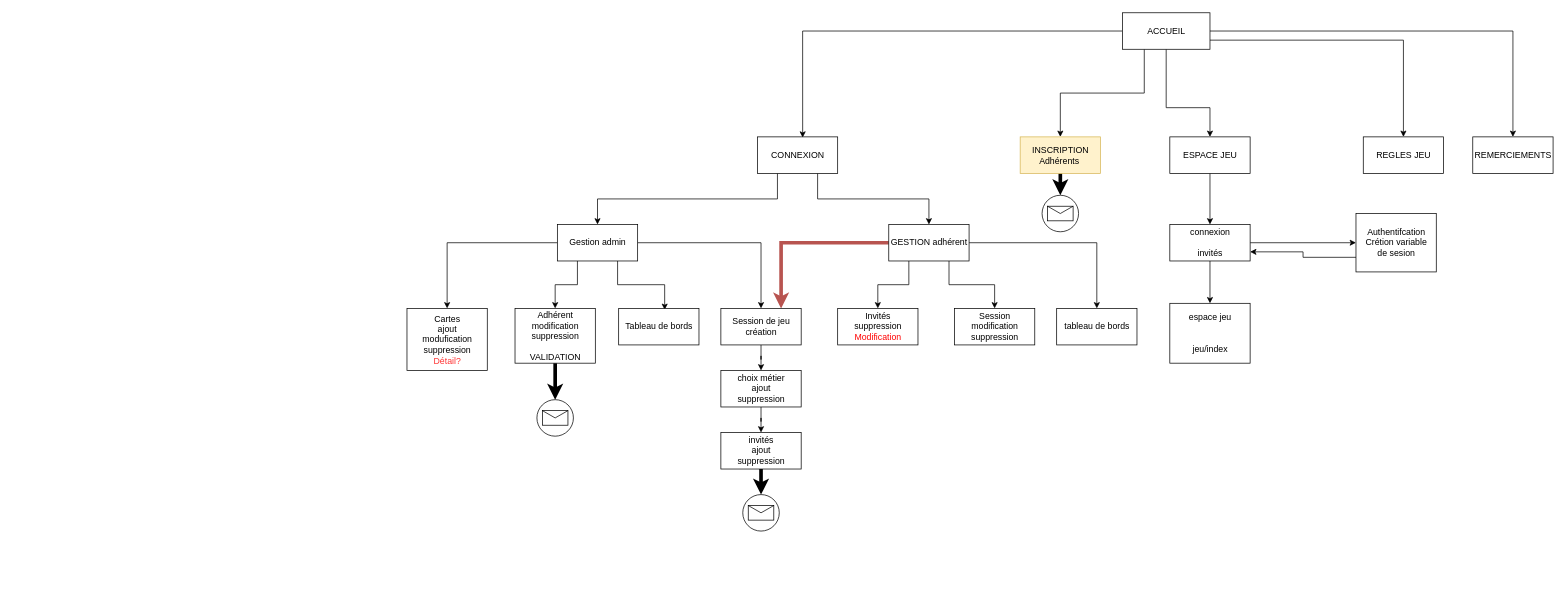
Earlier version of the draw.io diagram Untitled Diagram.drawio (Hchampagne/web). Source tidied: cells renumbered, new cells numbered last; positions are measured from the earlier drawing's top-left corner, leaving out a move shared by most shapes. Both pictures are drawn from the tidied source at 73%, with x=0, y=0 at pixel (407, 12).
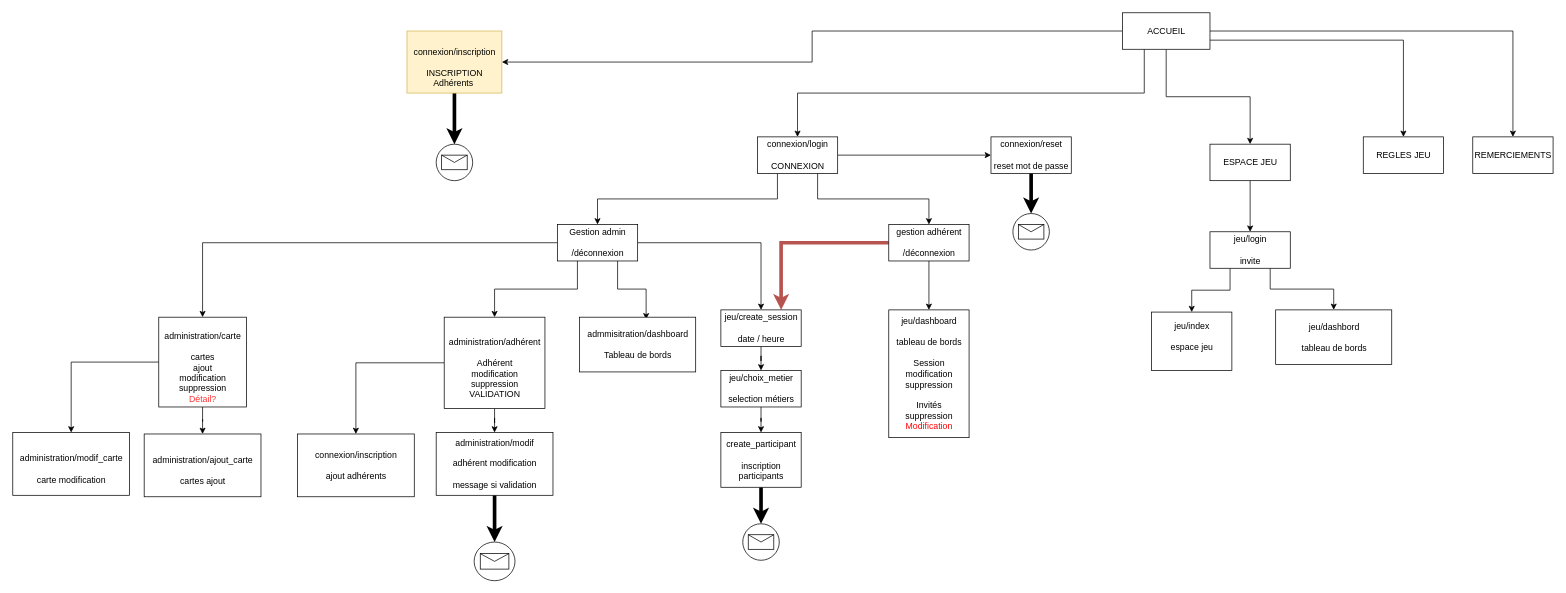
The same page after the edit.

Commit message (it also covers changes not shown here):
map site et qques modif

Unchanged cells that the change refers to:
```xml
<mxCell id="7" value="ACCUEIL" style="html=1;" parent="1" vertex="1">
  <mxGeometry x="980" width="120" height="50" as="geometry" />
</mxCell>
<mxCell id="15" value="REGLES JEU" style="html=1;" parent="1" vertex="1">
  <mxGeometry x="1310" y="170" width="110" height="50" as="geometry" />
</mxCell>
<mxCell id="16" value="REMERCIEMENTS" style="html=1;" parent="1" vertex="1">
  <mxGeometry x="1460" y="170" width="110" height="50" as="geometry" />
</mxCell>
```

The edit, as a diff of the source:
```diff
@@
+    <mxCell id="3" style="edgeStyle=orthogonalEdgeStyle;rounded=0;jettySize=auto;html=1;exitX=1;exitY=0.5;exitDx=0;exitDy=0;" parent="1" edge="1" source="7" target="16">
+      <mxGeometry relative="1" as="geometry" />
+    </mxCell>
+    <mxCell id="6" style="edgeStyle=orthogonalEdgeStyle;rounded=0;jettySize=auto;html=1;exitX=1;exitY=0.75;exitDx=0;exitDy=0;entryX=0.5;entryY=0;entryDx=0;entryDy=0;strokeWidth=1;" parent="1" edge="1" source="7" target="15">
+      <mxGeometry relative="1" as="geometry" />
+    </mxCell>
-    <mxCell id="2" style="edgeStyle=orthogonalEdgeStyle;rounded=0;jettySize=auto;html=1;exitX=0;exitY=0.5;exitDx=0;exitDy=0;entryX=0.564;entryY=0.02;entryDx=0;entryDy=0;entryPerimeter=0;" parent="1" edge="1" source="7" target="10">
+    <mxCell id="2" style="edgeStyle=orthogonalEdgeStyle;rounded=0;jettySize=auto;html=1;exitX=0.25;exitY=1;exitDx=0;exitDy=0;" parent="1" edge="1" source="7" target="10">
       <mxGeometry relative="1" as="geometry" />
     </mxCell>
-    <mxCell id="3" style="edgeStyle=orthogonalEdgeStyle;rounded=0;jettySize=auto;html=1;exitX=1;exitY=0.5;exitDx=0;exitDy=0;" parent="1" edge="1" source="7" target="16">
-      <mxGeometry relative="1" as="geometry" />
-    </mxCell>
-    <mxCell id="4" style="edgeStyle=orthogonalEdgeStyle;rounded=0;jettySize=auto;html=1;exitX=0.25;exitY=1;exitDx=0;exitDy=0;entryX=0.5;entryY=0;entryDx=0;entryDy=0;" parent="1" edge="1" source="7" target="12">
+    <mxCell id="4" style="edgeStyle=orthogonalEdgeStyle;rounded=0;jettySize=auto;html=1;exitX=0;exitY=0.5;exitDx=0;exitDy=0;" parent="1" edge="1" source="7" target="12">
       <mxGeometry relative="1" as="geometry" />
     </mxCell>
     <mxCell id="5" style="edgeStyle=orthogonalEdgeStyle;rounded=0;jettySize=auto;html=1;exitX=0.5;exitY=1;exitDx=0;exitDy=0;entryX=0.5;entryY=0;entryDx=0;entryDy=0;" parent="1" edge="1" source="7" target="14">
-      <mxGeometry relative="1" as="geometry">
-        <Array as="points">
-          <mxPoint x="1040" y="130" />
-          <mxPoint x="1100" y="130" />
-        </Array>
-      </mxGeometry>
+      <mxGeometry relative="1" as="geometry" />
     </mxCell>
-    <mxCell id="6" style="edgeStyle=orthogonalEdgeStyle;rounded=0;jettySize=auto;html=1;exitX=1;exitY=0.75;exitDx=0;exitDy=0;entryX=0.5;entryY=0;entryDx=0;entryDy=0;strokeWidth=1;" parent="1" edge="1" source="7" target="15">
-      <mxGeometry relative="1" as="geometry" />
-    </mxCell>
@@
+    <mxCell id="49" style="edgeStyle=orthogonalEdgeStyle;rounded=0;jettySize=auto;html=1;strokeWidth=1;" parent="1" edge="1" source="10" target="51">
+      <mxGeometry relative="1" as="geometry" />
+    </mxCell>
-    <mxCell id="10" value="CONNEXION" style="html=1;" parent="1" vertex="1">
+    <mxCell id="10" value="connexion/login&lt;br&gt;&lt;br&gt;CONNEXION" style="html=1;" parent="1" vertex="1">
       <mxGeometry x="480" y="170" width="110" height="50" as="geometry" />
     </mxCell>
+    <mxCell id="50" style="edgeStyle=orthogonalEdgeStyle;rounded=0;jettySize=auto;html=1;strokeWidth=5;" parent="1" edge="1" source="51" target="63">
+      <mxGeometry relative="1" as="geometry" />
+    </mxCell>
+    <mxCell id="51" value="connexion/reset&lt;br&gt;&lt;br&gt;reset mot de passe" style="html=1;" parent="1" vertex="1">
+      <mxGeometry x="800" y="170" width="110" height="50" as="geometry" />
+    </mxCell>
@@
-    <mxCell id="12" value="INSCRIPTION&lt;br&gt;Adhérents&amp;nbsp;" style="html=1;fillColor=#fff2cc;strokeColor=#d6b656;" parent="1" vertex="1">
-      <mxGeometry x="840" y="170" width="110" height="50" as="geometry" />
+    <mxCell id="12" value="&lt;br&gt;connexion/inscription&lt;br&gt;&lt;br&gt;INSCRIPTION&lt;br&gt;Adhérents&amp;nbsp;" style="html=1;fillColor=#fff2cc;strokeColor=#d6b656;" parent="1" vertex="1">
+      <mxGeometry y="25" width="130" height="85" as="geometry" />
     </mxCell>
@@
     <mxCell id="14" value="ESPACE JEU" style="html=1;" parent="1" vertex="1">
-      <mxGeometry x="1045" y="170" width="110" height="50" as="geometry" />
+      <mxGeometry x="1100" y="180" width="110" height="50" as="geometry" />
     </mxCell>
@@
-    <mxCell id="17" style="edgeStyle=orthogonalEdgeStyle;rounded=0;jettySize=auto;html=1;" parent="1" edge="1" source="19" target="21">
-      <mxGeometry relative="1" as="geometry" />
-    </mxCell>
-    <mxCell id="18" style="edgeStyle=orthogonalEdgeStyle;rounded=0;jettySize=auto;html=1;strokeWidth=1;" parent="1" edge="1" source="19" target="47">
+    <mxCell id="18" style="edgeStyle=orthogonalEdgeStyle;rounded=0;jettySize=auto;html=1;exitX=0.25;exitY=1;exitDx=0;exitDy=0;entryX=0.5;entryY=0;entryDx=0;entryDy=0;strokeWidth=1;" parent="1" edge="1" source="19" target="47">
       <mxGeometry relative="1" as="geometry" />
     </mxCell>
+    <mxCell id="52" style="edgeStyle=orthogonalEdgeStyle;rounded=0;jettySize=auto;html=1;exitX=0.75;exitY=1;exitDx=0;exitDy=0;entryX=0.5;entryY=0;entryDx=0;entryDy=0;strokeWidth=1;" parent="1" edge="1" source="19" target="62">
+      <mxGeometry relative="1" as="geometry" />
+    </mxCell>
-    <mxCell id="19" value="connexion&lt;br&gt;&lt;br&gt;invités" style="html=1;" parent="1" vertex="1">
-      <mxGeometry x="1045" y="290" width="110" height="50" as="geometry" />
+    <mxCell id="19" value="jeu/login&lt;br&gt;&lt;br&gt;invite" style="html=1;" parent="1" vertex="1">
+      <mxGeometry x="1100" y="300" width="110" height="50" as="geometry" />
     </mxCell>
-    <mxCell id="20" style="edgeStyle=orthogonalEdgeStyle;rounded=0;jettySize=auto;html=1;exitX=0;exitY=0.75;exitDx=0;exitDy=0;entryX=1;entryY=0.75;entryDx=0;entryDy=0;" parent="1" edge="1" source="21" target="19">
-      <mxGeometry relative="1" as="geometry" />
-    </mxCell>
-    <mxCell id="21" value="Authentifcation&lt;br&gt;Crétion variable &lt;br&gt;de sesion" style="html=1;" parent="1" vertex="1">
-      <mxGeometry x="1300" y="275" width="110" height="80" as="geometry" />
-    </mxCell>
@@
-    <mxCell id="26" value="Gestion admin" style="html=1;" parent="1" vertex="1">
+    <mxCell id="26" value="Gestion admin&lt;br&gt;&lt;br&gt;/déconnexion" style="html=1;" parent="1" vertex="1">
       <mxGeometry x="206" y="290" width="110" height="50" as="geometry" />
     </mxCell>
-    <mxCell id="27" style="edgeStyle=orthogonalEdgeStyle;rounded=0;jettySize=auto;html=1;exitX=0.25;exitY=1;exitDx=0;exitDy=0;entryX=0.5;entryY=0;entryDx=0;entryDy=0;" parent="1" edge="1" source="31" target="34">
-      <mxGeometry relative="1" as="geometry" />
-    </mxCell>
-    <mxCell id="28" style="edgeStyle=orthogonalEdgeStyle;rounded=0;jettySize=auto;html=1;exitX=0.75;exitY=1;exitDx=0;exitDy=0;entryX=0.5;entryY=0;entryDx=0;entryDy=0;" parent="1" edge="1" source="31" target="39">
-      <mxGeometry relative="1" as="geometry" />
-    </mxCell>
@@
-    <mxCell id="30" style="edgeStyle=orthogonalEdgeStyle;rounded=0;jettySize=auto;html=1;exitX=1;exitY=0.5;exitDx=0;exitDy=0;entryX=0.5;entryY=0;entryDx=0;entryDy=0;strokeWidth=1;" parent="1" edge="1" source="31" target="48">
+    <mxCell id="30" style="edgeStyle=orthogonalEdgeStyle;rounded=0;jettySize=auto;html=1;" parent="1" edge="1" source="31" target="48">
       <mxGeometry relative="1" as="geometry" />
     </mxCell>
-    <mxCell id="31" value="GESTION adhérent" style="html=1;" parent="1" vertex="1">
+    <mxCell id="31" value="gestion adhérent&lt;br&gt;&lt;br&gt;/déconnexion" style="html=1;" parent="1" vertex="1">
       <mxGeometry x="660" y="290" width="110" height="50" as="geometry" />
     </mxCell>
-    <mxCell id="32" style="edgeStyle=orthogonalEdgeStyle;rounded=0;jettySize=auto;html=1;strokeWidth=5;" parent="1" edge="1" source="33" target="46">
-      <mxGeometry relative="1" as="geometry" />
-    </mxCell>
+    <mxCell id="53" style="edgeStyle=orthogonalEdgeStyle;rounded=0;jettySize=auto;html=1;entryX=0.5;entryY=0;entryDx=0;entryDy=0;" parent="1" edge="1" source="33" target="59">
+      <mxGeometry relative="1" as="geometry" />
+    </mxCell>
+    <mxCell id="54" style="edgeStyle=orthogonalEdgeStyle;rounded=0;jettySize=auto;html=1;" parent="1" edge="1" source="33" target="61">
+      <mxGeometry relative="1" as="geometry" />
+    </mxCell>
-    <mxCell id="33" value="Adhérent&lt;br&gt;modification&lt;br&gt;suppression&lt;br&gt;&lt;br&gt;VALIDATION" style="html=1;" parent="1" vertex="1">
-      <mxGeometry x="148" y="405" width="110" height="75" as="geometry" />
+    <mxCell id="33" value="&lt;br&gt;administration/adhérent&lt;br&gt;&lt;br&gt;Adhérent&lt;br&gt;modification&lt;br&gt;suppression&lt;br&gt;VALIDATION" style="html=1;" parent="1" vertex="1">
+      <mxGeometry x="51" y="417" width="138" height="125" as="geometry" />
     </mxCell>
-    <mxCell id="34" value="Invités&lt;br&gt;suppression&lt;br&gt;&lt;font color=&quot;#ff0000&quot;&gt;Modification&lt;/font&gt;" style="html=1;" parent="1" vertex="1">
-      <mxGeometry x="590" y="405" width="110" height="50" as="geometry" />
-    </mxCell>
+    <mxCell id="55" style="edgeStyle=orthogonalEdgeStyle;rounded=0;jettySize=auto;html=1;" parent="1" edge="1" source="35" target="57">
+      <mxGeometry relative="1" as="geometry" />
+    </mxCell>
+    <mxCell id="56" style="edgeStyle=orthogonalEdgeStyle;rounded=0;jettySize=auto;html=1;exitX=0;exitY=0.5;exitDx=0;exitDy=0;entryX=0.5;entryY=0;entryDx=0;entryDy=0;" parent="1" edge="1" source="35" target="58">
+      <mxGeometry relative="1" as="geometry" />
+    </mxCell>
-    <mxCell id="35" value="Cartes&lt;br&gt;ajout&lt;br&gt;modufication&lt;br&gt;suppression&lt;br&gt;&lt;font color=&quot;#ff3333&quot;&gt;Détail?&lt;/font&gt;" style="html=1;" parent="1" vertex="1">
-      <mxGeometry y="405" width="110" height="85" as="geometry" />
+    <mxCell id="35" value="&lt;br&gt;administration/carte&lt;br&gt;&lt;br&gt;cartes&lt;br&gt;ajout&lt;br&gt;modification&lt;br&gt;suppression&lt;br&gt;&lt;font color=&quot;#ff3333&quot;&gt;Détail?&lt;/font&gt;" style="html=1;" parent="1" vertex="1">
+      <mxGeometry x="-340" y="417" width="120" height="123" as="geometry" />
     </mxCell>
-    <mxCell id="36" value="Tableau de bords" style="html=1;" parent="1" vertex="1">
-      <mxGeometry x="290" y="405" width="110" height="50" as="geometry" />
+    <mxCell id="36" value="admmisitration/dashboard&lt;br&gt;&lt;br&gt;Tableau de bords" style="html=1;" parent="1" vertex="1">
+      <mxGeometry x="236.5" y="417" width="159" height="75" as="geometry" />
     </mxCell>
@@
-    <mxCell id="38" value="Session de jeu&lt;br&gt;création" style="html=1;" parent="1" vertex="1">
-      <mxGeometry x="430" y="405" width="110" height="50" as="geometry" />
+    <mxCell id="38" value="jeu/create_session&lt;br&gt;&lt;br&gt;date / heure" style="html=1;" parent="1" vertex="1">
+      <mxGeometry x="430" y="407" width="110" height="50" as="geometry" />
     </mxCell>
-    <mxCell id="39" value="Session&lt;br&gt;modification&lt;br&gt;suppression" style="html=1;" parent="1" vertex="1">
-      <mxGeometry x="750" y="405" width="110" height="50" as="geometry" />
-    </mxCell>
@@
-    <mxCell id="41" value="choix métier&lt;br&gt;ajout&lt;br&gt;suppression" style="html=1;" parent="1" vertex="1">
+    <mxCell id="41" value="jeu/choix_metier&lt;br&gt;&lt;br&gt;selection métiers" style="html=1;" parent="1" vertex="1">
       <mxGeometry x="430" y="490" width="110" height="50" as="geometry" />
     </mxCell>
@@
-    <mxCell id="43" value="invités&lt;br&gt;ajout&lt;br&gt;suppression" style="html=1;" parent="1" vertex="1">
-      <mxGeometry x="430" y="575" width="110" height="50" as="geometry" />
+    <mxCell id="43" value="create_participant&lt;br&gt;&lt;br&gt;inscription&lt;br&gt;participants" style="html=1;" parent="1" vertex="1">
+      <mxGeometry x="430" y="575" width="110" height="75" as="geometry" />
     </mxCell>
     <mxCell id="44" style="shape=mxgraph.bpmn.shape;html=1;verticalLabelPosition=bottom;labelBackgroundColor=#ffffff;verticalAlign=top;align=center;perimeter=ellipsePerimeter;outlineConnect=0;outline=standard;symbol=message;" parent="1" vertex="1">
-      <mxGeometry x="870" y="250" width="50" height="50" as="geometry" />
+      <mxGeometry x="40" y="180" width="50" height="50" as="geometry" />
     </mxCell>
     <mxCell id="45" style="shape=mxgraph.bpmn.shape;html=1;verticalLabelPosition=bottom;labelBackgroundColor=#ffffff;verticalAlign=top;align=center;perimeter=ellipsePerimeter;outlineConnect=0;outline=standard;symbol=message;" parent="1" vertex="1">
-      <mxGeometry x="460" y="660" width="50" height="50" as="geometry" />
+      <mxGeometry x="460" y="700" width="50" height="50" as="geometry" />
     </mxCell>
     <mxCell id="46" style="shape=mxgraph.bpmn.shape;html=1;verticalLabelPosition=bottom;labelBackgroundColor=#ffffff;verticalAlign=top;align=center;perimeter=ellipsePerimeter;outlineConnect=0;outline=standard;symbol=message;" parent="1" vertex="1">
-      <mxGeometry x="178" y="530" width="50" height="50" as="geometry" />
+      <mxGeometry x="92" y="725" width="56" height="53" as="geometry" />
     </mxCell>
-    <mxCell id="47" value="espace jeu&lt;br&gt;&lt;br&gt;&lt;br&gt;jeu/index" style="html=1;" parent="1" vertex="1">
-      <mxGeometry x="1045" y="398" width="110" height="82" as="geometry" />
+    <mxCell id="47" value="jeu/index&lt;br&gt;&lt;br&gt;espace jeu&lt;br&gt;&lt;br&gt;" style="html=1;" parent="1" vertex="1">
+      <mxGeometry x="1020" y="410" width="110" height="80" as="geometry" />
     </mxCell>
-    <mxCell id="48" value="tableau de bords" style="html=1;" parent="1" vertex="1">
-      <mxGeometry x="890" y="405" width="110" height="50" as="geometry" />
+    <mxCell id="48" value="jeu/dashboard&lt;br&gt;&lt;br&gt;tableau de bords&lt;br&gt;&lt;br&gt;Session&lt;br&gt;modification&lt;br&gt;suppression&lt;br&gt;&lt;br&gt;Invités&lt;br&gt;suppression&lt;br&gt;&lt;font color=&quot;#ff0000&quot;&gt;Modification&lt;/font&gt;" style="html=1;" parent="1" vertex="1">
+      <mxGeometry x="660" y="407" width="110" height="175" as="geometry" />
     </mxCell>
+    <mxCell id="57" value="&lt;br&gt;administration/ajout_carte&lt;br&gt;&lt;br&gt;cartes ajout" style="html=1;" parent="1" vertex="1">
+      <mxGeometry x="-360" y="577" width="160" height="86" as="geometry" />
+    </mxCell>
+    <mxCell id="58" value="&lt;br&gt;administration/modif_carte&lt;br&gt;&lt;br&gt;carte modification" style="html=1;" parent="1" vertex="1">
+      <mxGeometry x="-540" y="575" width="160" height="86" as="geometry" />
+    </mxCell>
+    <mxCell id="59" value="connexion/inscription&lt;br&gt;&lt;br&gt;ajout adhérents" style="html=1;" parent="1" vertex="1">
+      <mxGeometry x="-150" y="577" width="160" height="86" as="geometry" />
+    </mxCell>
+    <mxCell id="60" style="edgeStyle=orthogonalEdgeStyle;rounded=0;jettySize=auto;html=1;strokeWidth=5;" parent="1" edge="1" source="61" target="46">
+      <mxGeometry relative="1" as="geometry" />
+    </mxCell>
+    <mxCell id="61" value="administration/modif&lt;br&gt;&lt;br&gt;adhérent modification&lt;br&gt;&lt;br&gt;message si validation" style="html=1;" parent="1" vertex="1">
+      <mxGeometry x="40" y="575" width="160" height="86" as="geometry" />
+    </mxCell>
+    <mxCell id="62" value="jeu/dashbord&lt;br&gt;&lt;br&gt;tableau de bords" style="html=1;" parent="1" vertex="1">
+      <mxGeometry x="1190" y="407" width="159" height="75" as="geometry" />
+    </mxCell>
+    <mxCell id="63" style="shape=mxgraph.bpmn.shape;html=1;verticalLabelPosition=bottom;labelBackgroundColor=#ffffff;verticalAlign=top;align=center;perimeter=ellipsePerimeter;outlineConnect=0;outline=standard;symbol=message;" parent="1" vertex="1">
+      <mxGeometry x="830" y="275" width="50" height="50" as="geometry" />
+    </mxCell>
```
